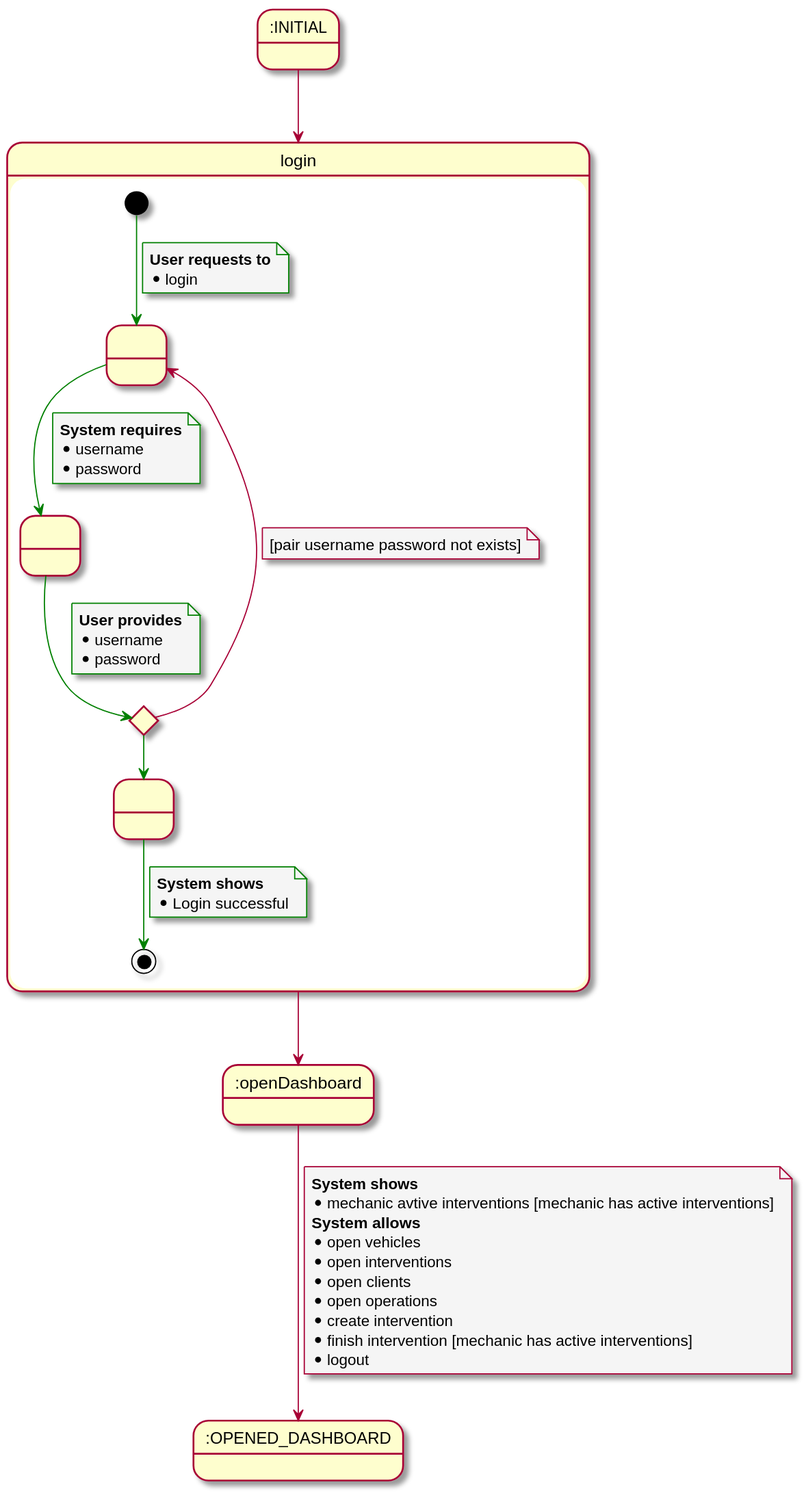
The PlantUML diagram documentation/1usecasesview/usecasesspecification/svg/login.svg in Ruskab/agrimManager, before a commit.
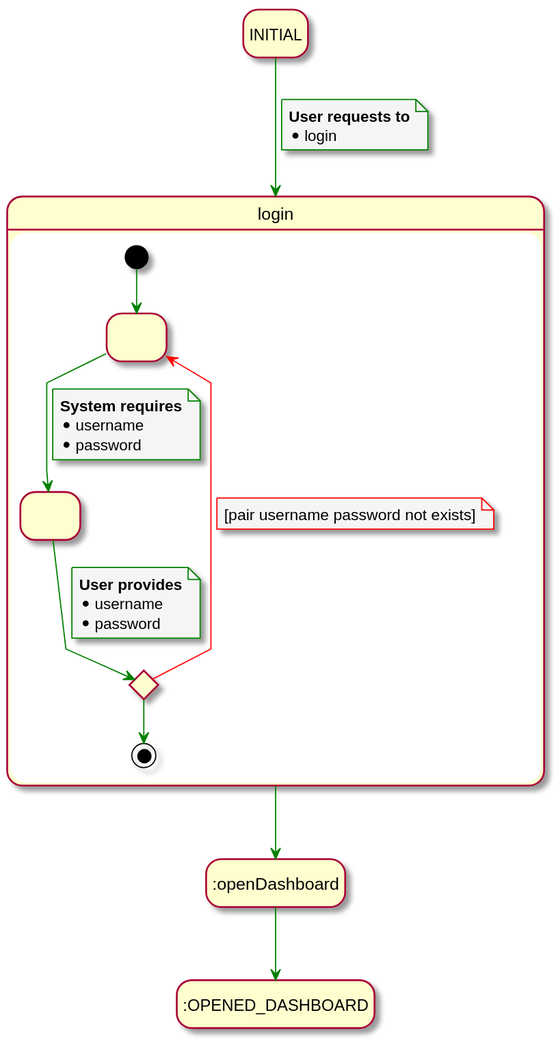
The same file after the commit.

Diff of the diagram source:
```diff
@@ -1,70 +1,56 @@
 @startuml
-    skinparam {
-        NoteBackgroundColor #whiteSmoke
-    }
+skinparam {
+    NoteBackgroundColor #whiteSmoke
+    ArrowColor #green
+    NoteBorderColor #green
+    linetype polyline
+}
 
-state initstate as ":INITIAL"
+hide empty description
+
+state initstate as "INITIAL"
 state login
 state openDashboard as ":openDashboard"
 state endstate as ":OPENED_DASHBOARD"
 
 initstate --> login
+note on link
+<b>User requests to</b>
+* login
+end note
 
 state login {
 
 state 1 as " "
 state condicional <<choice>>
 state 2 as " "
-state 3 as " "
 
-[*] -[#Green]-> 1
-note on link
-<b>User requests to</b>
-* login
-end note
+[*] --> 1
 
-1 -[#Green]-> 2
+1 --> 2
 note on link
 <b>System requires</b>
 * username
 * password
 end note
 
-2 -[#Green]-> condicional
+2 --> condicional
 note on link
 <b>User provides</b>
 * username
 * password
 end note
 
-condicional --> 1
+condicional -[#red]-> 1
 note on link
 [pair username password not exists]
 end note
 
-condicional -[#Green]-> 3
-
-3 -[#Green]-> [*]
-note on link
-<b>System shows</b>
-* Login successful
-end note
+condicional --> [*]
 }
 
 login --> openDashboard
 
 openDashboard --> endstate
-note on link
-<b>System shows</b>
-* mechanic avtive interventions [mechanic has active interventions]
-<b>System allows</b>
-* open vehicles
-* open interventions
-* open clients
-* open operations
-* create intervention
-* finish intervention [mechanic has active interventions]
-* logout
-end note
 
 @enduml
```
